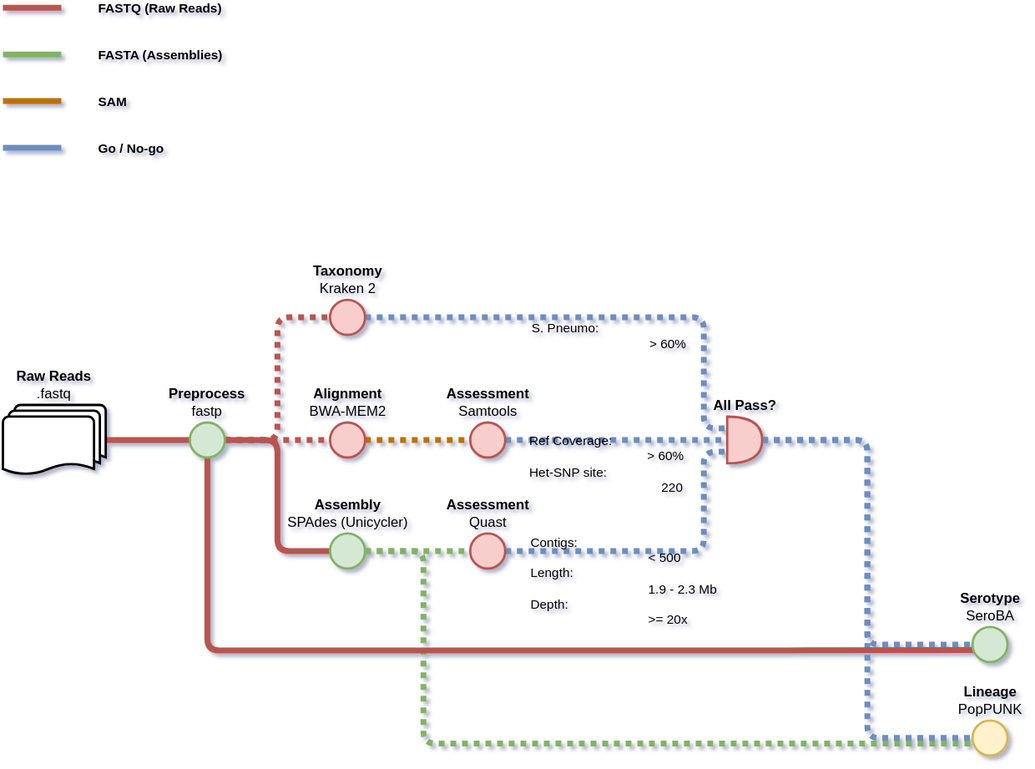
Before: doc/workflow.drawio.svg, a diagram exported from draw.io (sanger-bentley-group/gps-pipeline). Source tidied: cells renumbered, new cells last; positions are measured from the earlier drawing's top-left corner, leaving out a move shared by most shapes.
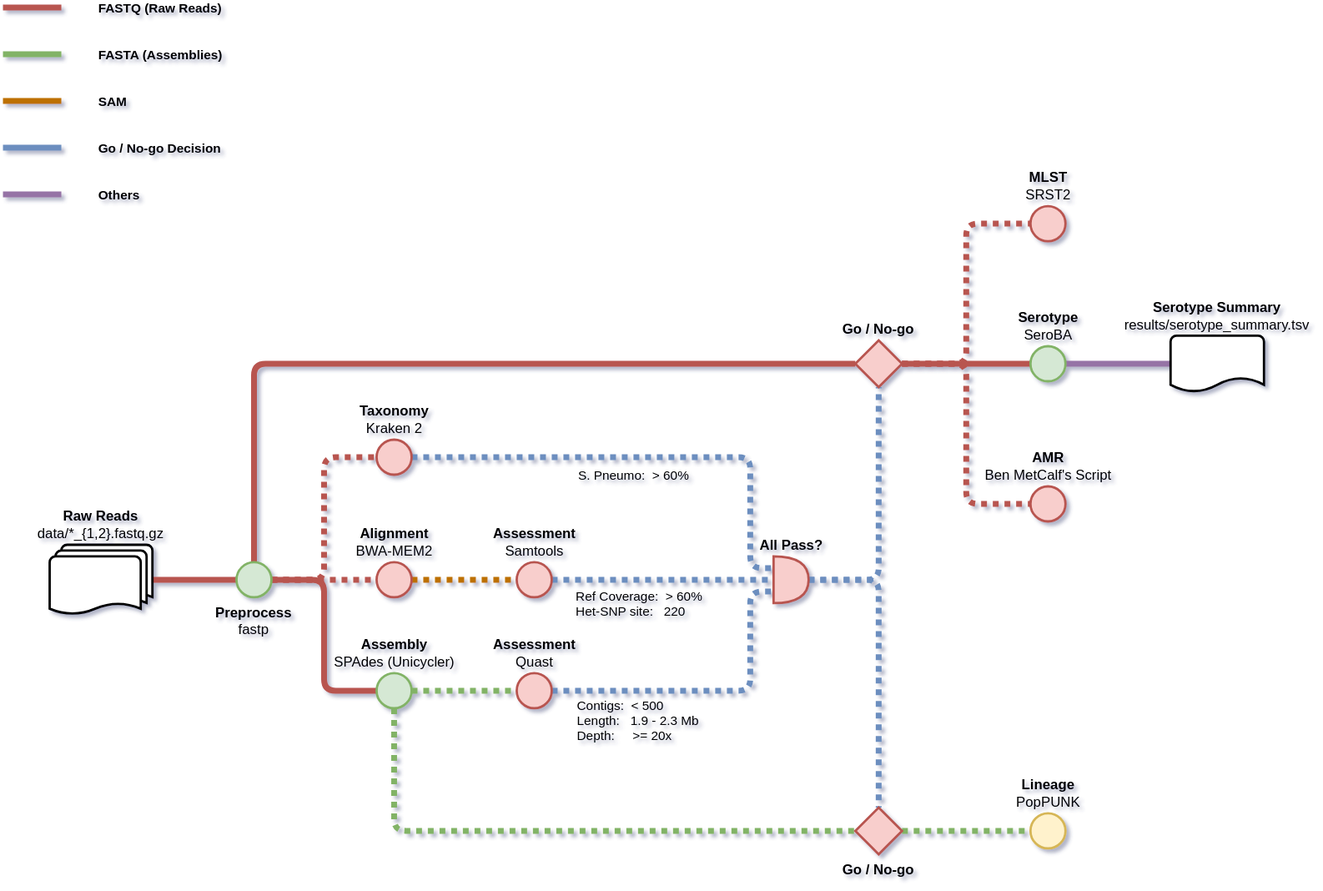
Above is the later version.

What changed in the source:
```diff
@@ -4,6 +4,6 @@
     <mxCell id="1" parent="0" />
-    <mxCell id="2" style="edgeStyle=orthogonalEdgeStyle;rounded=0;jettySize=auto;html=1;entryX=0;entryY=0.5;entryDx=0;entryDy=0;endArrow=none;endFill=0;strokeWidth=5;fillColor=#f8cecc;strokeColor=#b85450;" parent="1" edge="1" source="3" target="35">
+    <mxCell id="2" style="edgeStyle=orthogonalEdgeStyle;rounded=1;jettySize=auto;html=1;entryX=0;entryY=0.5;entryDx=0;entryDy=0;endArrow=none;endFill=0;strokeWidth=5;fillColor=#f8cecc;strokeColor=#b85450;" parent="1" edge="1" source="3" target="35">
       <mxGeometry relative="1" as="geometry" />
     </mxCell>
-    <mxCell id="3" value="&lt;b&gt;Raw Reads&lt;/b&gt;&lt;br&gt;.fastq" style="strokeWidth=2;html=1;shape=mxgraph.flowchart.multi-document;whiteSpace=wrap;align=center;labelPosition=center;verticalLabelPosition=top;verticalAlign=bottom;" parent="1" vertex="1">
+    <mxCell id="3" value="&lt;b&gt;Raw Reads&lt;/b&gt;&lt;br&gt;data/&lt;span class=&quot;pl-s&quot;&gt;*_{1,2}.fastq.gz&lt;/span&gt;" style="strokeWidth=2;html=1;shape=mxgraph.flowchart.multi-document;whiteSpace=wrap;align=center;labelPosition=center;verticalLabelPosition=top;verticalAlign=bottom;rounded=1;" parent="1" vertex="1">
       <mxGeometry y="340" width="88" height="60" as="geometry" />
@@ -19,9 +19,9 @@
     </mxCell>
-    <mxCell id="7" style="endArrow=none;html=1;rounded=0;strokeWidth=5;fillColor=#f8cecc;strokeColor=#b85450;" parent="1" edge="1">
+    <mxCell id="7" style="endArrow=none;html=1;rounded=1;strokeWidth=5;fillColor=#f8cecc;strokeColor=#b85450;" parent="1" edge="1">
       <mxGeometry relative="1" as="geometry">
-        <mxPoint as="sourcePoint" />
-        <mxPoint x="50" as="targetPoint" />
+        <mxPoint x="-40" y="-120" as="sourcePoint" />
+        <mxPoint x="10" y="-120" as="targetPoint" />
       </mxGeometry>
     </mxCell>
-    <mxCell id="8" value="FASTQ (Raw Reads)" style="edgeLabel;html=1;align=left;verticalAlign=middle;fontStyle=1;labelBackgroundColor=none;" parent="7" vertex="1">
+    <mxCell id="8" value="FASTQ (Raw Reads)" style="edgeLabel;html=1;align=left;verticalAlign=middle;fontStyle=1;labelBackgroundColor=none;rounded=1;" parent="7" vertex="1">
       <mxGeometry x="0.4" relative="1" as="geometry">
@@ -33,11 +33,10 @@
     </mxCell>
-    <mxCell id="10" style="edgeStyle=orthogonalEdgeStyle;rounded=1;jettySize=auto;html=1;entryX=0.053;entryY=0.657;entryDx=0;entryDy=0;entryPerimeter=0;strokeWidth=5;startArrow=none;startFill=0;endArrow=none;endFill=0;startSize=20;fillColor=#d5e8d4;strokeColor=#82b366;dashed=1;dashPattern=1 1;" parent="1" edge="1" source="11" target="32">
-      <mxGeometry relative="1" as="geometry">
-        <Array as="points">
-          <mxPoint x="360" y="465" />
-          <mxPoint x="360" y="630" />
-        </Array>
-      </mxGeometry>
-    </mxCell>
+    <mxCell id="36" style="edgeStyle=orthogonalEdgeStyle;rounded=1;jettySize=auto;html=1;entryX=0;entryY=0.5;entryDx=0;entryDy=0;entryPerimeter=0;dashed=1;dashPattern=1 1;strokeWidth=5;endArrow=none;endFill=0;fillColor=#d5e8d4;strokeColor=#82b366;" parent="1" edge="1" source="11" target="47">
+      <mxGeometry relative="1" as="geometry">
+        <Array as="points">
+          <mxPoint x="295" y="585" />
+        </Array>
+      </mxGeometry>
+    </mxCell>
-    <mxCell id="11" value="&lt;b&gt;Assembly&lt;/b&gt;&lt;br&gt;SPAdes (Unicycler)" style="ellipse;html=1;strokeWidth=2;labelPosition=center;verticalLabelPosition=top;align=center;verticalAlign=bottom;fillColor=#d5e8d4;strokeColor=#82b366;" parent="1" vertex="1">
+    <mxCell id="11" value="&lt;b&gt;Assembly&lt;/b&gt;&lt;br&gt;SPAdes (Unicycler)" style="ellipse;html=1;strokeWidth=2;labelPosition=center;verticalLabelPosition=top;align=center;verticalAlign=bottom;fillColor=#d5e8d4;strokeColor=#82b366;rounded=1;" parent="1" vertex="1">
       <mxGeometry x="280" y="450" width="30" height="30" as="geometry" />
@@ -47,12 +46,12 @@
     </mxCell>
-    <mxCell id="13" value="&lt;b&gt;Alignment&lt;/b&gt;&lt;br&gt;BWA-MEM2" style="ellipse;html=1;strokeWidth=2;labelPosition=center;verticalLabelPosition=top;align=center;verticalAlign=bottom;fillColor=#f8cecc;strokeColor=#b85450;" parent="1" vertex="1">
+    <mxCell id="13" value="&lt;b&gt;Alignment&lt;/b&gt;&lt;br&gt;BWA-MEM2" style="ellipse;html=1;strokeWidth=2;labelPosition=center;verticalLabelPosition=top;align=center;verticalAlign=bottom;fillColor=#f8cecc;strokeColor=#b85450;rounded=1;" parent="1" vertex="1">
       <mxGeometry x="280" y="355" width="30" height="30" as="geometry" />
     </mxCell>
-    <mxCell id="14" style="edgeStyle=orthogonalEdgeStyle;rounded=1;jettySize=auto;html=1;strokeWidth=5;startArrow=none;startFill=0;endArrow=none;endFill=0;fillColor=#dae8fc;strokeColor=#6c8ebf;entryX=0;entryY=0.5;entryDx=0;entryDy=0;dashed=1;dashPattern=1 1;" parent="1" edge="1" source="16" target="34">
-      <mxGeometry relative="1" as="geometry" />
-    </mxCell>
-    <mxCell id="15" style="edgeStyle=orthogonalEdgeStyle;rounded=1;jettySize=auto;html=1;entryX=0;entryY=0.5;entryDx=0;entryDy=0;strokeWidth=5;startArrow=none;startFill=0;endArrow=none;endFill=0;startSize=20;fillColor=#dae8fc;strokeColor=#6c8ebf;dashed=1;dashPattern=1 1;" parent="1" edge="1" source="16" target="32">
-      <mxGeometry relative="1" as="geometry" />
-    </mxCell>
+    <mxCell id="37" style="edgeStyle=orthogonalEdgeStyle;rounded=1;jettySize=auto;html=1;entryX=0.5;entryY=1;entryDx=0;entryDy=0;entryPerimeter=0;dashed=1;dashPattern=1 1;strokeWidth=5;endArrow=none;endFill=0;fillColor=#dae8fc;strokeColor=#6c8ebf;" parent="1" edge="1" source="16" target="43">
+      <mxGeometry relative="1" as="geometry" />
+    </mxCell>
+    <mxCell id="38" style="edgeStyle=orthogonalEdgeStyle;rounded=1;jettySize=auto;html=1;entryX=0.5;entryY=0;entryDx=0;entryDy=0;entryPerimeter=0;dashed=1;dashPattern=1 1;strokeWidth=5;endArrow=none;endFill=0;fillColor=#dae8fc;strokeColor=#6c8ebf;" parent="1" edge="1" source="16" target="47">
+      <mxGeometry relative="1" as="geometry" />
+    </mxCell>
-    <mxCell id="16" value="&lt;b&gt;All Pass?&lt;/b&gt;" style="shape=or;html=1;strokeWidth=2;labelPosition=center;verticalLabelPosition=top;align=center;verticalAlign=bottom;fillColor=#f8cecc;strokeColor=#b85450;" parent="1" vertex="1">
+    <mxCell id="16" value="&lt;b&gt;All Pass?&lt;/b&gt;" style="shape=or;html=1;strokeWidth=2;labelPosition=center;verticalLabelPosition=top;align=center;verticalAlign=bottom;fillColor=#f8cecc;strokeColor=#b85450;rounded=1;" parent="1" vertex="1">
       <mxGeometry x="620" y="350" width="30" height="40" as="geometry" />
@@ -67,3 +66,3 @@
     </mxCell>
-    <mxCell id="18" value="S. Pneumo:&lt;span style=&quot;white-space: pre;&quot;&gt;&#9;&lt;/span&gt;&amp;gt; 60%" style="edgeLabel;html=1;align=left;verticalAlign=middle;labelBackgroundColor=none;" parent="17" vertex="1">
+    <mxCell id="18" value="S. Pneumo:  &gt; 60%" style="edgeLabel;align=left;verticalAlign=middle;labelBackgroundColor=none;rounded=1;" parent="17" vertex="1">
       <mxGeometry x="-0.06" y="-2" relative="1" as="geometry">
@@ -72,3 +71,3 @@
     </mxCell>
-    <mxCell id="19" value="&lt;div&gt;&lt;b&gt;Taxonomy&lt;/b&gt;&lt;/div&gt;&lt;div&gt;Kraken 2&lt;/div&gt;" style="ellipse;html=1;strokeWidth=2;labelPosition=center;verticalLabelPosition=top;align=center;verticalAlign=bottom;fillColor=#f8cecc;strokeColor=#b85450;" parent="1" vertex="1">
+    <mxCell id="19" value="&lt;div&gt;&lt;b&gt;Taxonomy&lt;/b&gt;&lt;/div&gt;&lt;div&gt;Kraken 2&lt;/div&gt;" style="ellipse;html=1;strokeWidth=2;labelPosition=center;verticalLabelPosition=top;align=center;verticalAlign=bottom;fillColor=#f8cecc;strokeColor=#b85450;rounded=1;" parent="1" vertex="1">
       <mxGeometry x="280" y="250" width="30" height="30" as="geometry" />
@@ -83,3 +82,3 @@
     </mxCell>
-    <mxCell id="21" value="Contigs:&amp;nbsp;&lt;span style=&quot;white-space: pre;&quot;&gt;&#9;&lt;/span&gt;&amp;lt; 500&lt;br&gt;Length:&amp;nbsp;&lt;span style=&quot;white-space: pre;&quot;&gt;&#9;&lt;/span&gt;1.9 - 2.3 Mb&lt;br&gt;Depth:&lt;span style=&quot;white-space: pre;&quot;&gt;&#9;&lt;/span&gt;&amp;gt;= 20x" style="edgeLabel;html=1;align=left;verticalAlign=middle;labelBackgroundColor=none;" parent="20" vertex="1">
+    <mxCell id="21" value="Contigs:  &lt; 500&#10;Length:   1.9 - 2.3 Mb&#10;Depth:&#9;    &gt;= 20x" style="edgeLabel;align=left;verticalAlign=middle;labelBackgroundColor=none;rounded=1;" parent="20" vertex="1">
       <mxGeometry x="-0.15" y="-1" relative="1" as="geometry">
@@ -88,12 +87,12 @@
     </mxCell>
-    <mxCell id="22" value="&lt;b&gt;Assessment&lt;/b&gt;&lt;br&gt;Quast" style="ellipse;html=1;strokeWidth=2;labelPosition=center;verticalLabelPosition=top;align=center;verticalAlign=bottom;fillColor=#f8cecc;strokeColor=#b85450;" parent="1" vertex="1">
+    <mxCell id="22" value="&lt;b&gt;Assessment&lt;/b&gt;&lt;br&gt;Quast" style="ellipse;html=1;strokeWidth=2;labelPosition=center;verticalLabelPosition=top;align=center;verticalAlign=bottom;fillColor=#f8cecc;strokeColor=#b85450;rounded=1;" parent="1" vertex="1">
       <mxGeometry x="400" y="450" width="30" height="30" as="geometry" />
     </mxCell>
-    <mxCell id="23" style="endArrow=none;html=1;rounded=0;strokeWidth=5;fillColor=#d5e8d4;strokeColor=#82b366;" parent="1" edge="1">
+    <mxCell id="23" style="endArrow=none;html=1;rounded=1;strokeWidth=5;fillColor=#d5e8d4;strokeColor=#82b366;" parent="1" edge="1">
       <mxGeometry relative="1" as="geometry">
-        <mxPoint y="40" as="sourcePoint" />
-        <mxPoint x="50" y="40" as="targetPoint" />
+        <mxPoint x="-40" y="-80" as="sourcePoint" />
+        <mxPoint x="10" y="-80" as="targetPoint" />
       </mxGeometry>
     </mxCell>
-    <mxCell id="24" value="FASTA (Assemblies)" style="edgeLabel;html=1;align=left;verticalAlign=middle;fontStyle=1;labelBackgroundColor=none;" parent="23" vertex="1">
+    <mxCell id="24" value="FASTA (Assemblies)" style="edgeLabel;html=1;align=left;verticalAlign=middle;fontStyle=1;labelBackgroundColor=none;rounded=1;" parent="23" vertex="1">
       <mxGeometry x="0.4" relative="1" as="geometry">
@@ -102,9 +101,9 @@
     </mxCell>
-    <mxCell id="25" style="endArrow=none;html=1;rounded=0;strokeWidth=5;fillColor=#f0a30a;strokeColor=#BD7000;" parent="1" edge="1">
+    <mxCell id="25" style="endArrow=none;html=1;rounded=1;strokeWidth=5;fillColor=#f0a30a;strokeColor=#BD7000;" parent="1" edge="1">
       <mxGeometry relative="1" as="geometry">
-        <mxPoint y="80" as="sourcePoint" />
-        <mxPoint x="50" y="80" as="targetPoint" />
+        <mxPoint x="-40" y="-40" as="sourcePoint" />
+        <mxPoint x="10" y="-40" as="targetPoint" />
       </mxGeometry>
     </mxCell>
-    <mxCell id="26" value="SAM" style="edgeLabel;html=1;align=left;verticalAlign=middle;fontStyle=1;labelBackgroundColor=none;" parent="25" vertex="1">
+    <mxCell id="26" value="SAM" style="edgeLabel;html=1;align=left;verticalAlign=middle;fontStyle=1;labelBackgroundColor=none;rounded=1;" parent="25" vertex="1">
       <mxGeometry x="0.4" relative="1" as="geometry">
@@ -116,3 +115,3 @@
     </mxCell>
-    <mxCell id="28" value="Ref Coverage:&lt;span style=&quot;white-space: pre;&quot;&gt;&#9;&lt;/span&gt;&amp;gt; 60%&lt;br&gt;&lt;div style=&quot;&quot;&gt;Het-SNP site:&lt;span style=&quot;white-space: pre;&quot;&gt;&#9;&lt;/span&gt;220&lt;/div&gt;" style="edgeLabel;html=1;align=left;verticalAlign=middle;labelBackgroundColor=none;" parent="27" vertex="1">
+    <mxCell id="28" value="Ref Coverage:  &gt; 60%&#10;Het-SNP site:   220" style="edgeLabel;align=left;verticalAlign=middle;labelBackgroundColor=none;rounded=1;" parent="27" vertex="1">
       <mxGeometry x="-0.18" y="-3" relative="1" as="geometry">
@@ -121,12 +120,12 @@
     </mxCell>
-    <mxCell id="29" value="&lt;b&gt;Assessment&lt;br&gt;&lt;/b&gt;Samtools" style="ellipse;html=1;strokeWidth=2;labelPosition=center;verticalLabelPosition=top;align=center;verticalAlign=bottom;fillColor=#f8cecc;strokeColor=#b85450;" parent="1" vertex="1">
+    <mxCell id="29" value="&lt;b&gt;Assessment&lt;br&gt;&lt;/b&gt;Samtools" style="ellipse;html=1;strokeWidth=2;labelPosition=center;verticalLabelPosition=top;align=center;verticalAlign=bottom;fillColor=#f8cecc;strokeColor=#b85450;rounded=1;" parent="1" vertex="1">
       <mxGeometry x="400" y="355" width="30" height="30" as="geometry" />
     </mxCell>
-    <mxCell id="30" style="endArrow=none;html=1;rounded=0;strokeWidth=5;fillColor=#dae8fc;strokeColor=#6c8ebf;" parent="1" edge="1">
+    <mxCell id="30" style="endArrow=none;html=1;rounded=1;strokeWidth=5;fillColor=#dae8fc;strokeColor=#6c8ebf;" parent="1" edge="1">
       <mxGeometry relative="1" as="geometry">
-        <mxPoint y="120" as="sourcePoint" />
-        <mxPoint x="50" y="120" as="targetPoint" />
+        <mxPoint x="-40" as="sourcePoint" />
+        <mxPoint x="10" as="targetPoint" />
       </mxGeometry>
     </mxCell>
-    <mxCell id="31" value="Go / No-go" style="edgeLabel;html=1;align=left;verticalAlign=middle;fontStyle=1;labelBackgroundColor=none;" parent="30" vertex="1">
+    <mxCell id="31" value="Go / No-go Decision" style="edgeLabel;html=1;align=left;verticalAlign=middle;fontStyle=1;labelBackgroundColor=none;rounded=1;" parent="30" vertex="1">
       <mxGeometry x="0.4" relative="1" as="geometry">
@@ -135,19 +134,59 @@
     </mxCell>
-    <mxCell id="32" value="&lt;b&gt;Lineage&lt;/b&gt;&lt;br&gt;PopPUNK" style="ellipse;html=1;strokeWidth=2;labelPosition=center;verticalLabelPosition=top;align=center;verticalAlign=bottom;fillColor=#fff2cc;strokeColor=#d6b656;" parent="1" vertex="1">
-      <mxGeometry x="830" y="610" width="30" height="30" as="geometry" />
+    <mxCell id="32" value="&lt;b&gt;Lineage&lt;/b&gt;&lt;br&gt;PopPUNK" style="ellipse;html=1;strokeWidth=2;labelPosition=center;verticalLabelPosition=top;align=center;verticalAlign=bottom;fillColor=#fff2cc;strokeColor=#d6b656;rounded=1;" parent="1" vertex="1">
+      <mxGeometry x="840" y="570" width="30" height="30" as="geometry" />
     </mxCell>
-    <mxCell id="33" style="edgeStyle=orthogonalEdgeStyle;rounded=1;jettySize=auto;html=1;entryX=0.036;entryY=0.658;entryDx=0;entryDy=0;strokeWidth=5;startArrow=none;startFill=0;endArrow=none;endFill=0;fillColor=#f8cecc;strokeColor=#b85450;entryPerimeter=0;" parent="1" edge="1" source="35" target="34">
-      <mxGeometry relative="1" as="geometry">
-        <Array as="points">
-          <mxPoint x="175" y="550" />
-          <mxPoint x="680" y="550" />
-        </Array>
-      </mxGeometry>
-    </mxCell>
+    <mxCell id="39" style="edgeStyle=orthogonalEdgeStyle;rounded=1;jettySize=auto;html=1;entryX=0;entryY=0.5;entryDx=0;entryDy=0;strokeWidth=5;endArrow=none;endFill=0;fillColor=#f8cecc;strokeColor=#b85450;entryPerimeter=0;" parent="1" edge="1" source="35" target="43">
+      <mxGeometry relative="1" as="geometry">
+        <Array as="points">
+          <mxPoint x="175" y="185" />
+        </Array>
+      </mxGeometry>
+    </mxCell>
+    <mxCell id="35" value="&lt;b&gt;Preprocess&lt;/b&gt;&lt;br&gt;fastp" style="ellipse;whiteSpace=wrap;html=1;strokeWidth=2;labelPosition=center;verticalLabelPosition=bottom;align=center;verticalAlign=top;fillColor=#d5e8d4;strokeColor=#82b366;rounded=1;" parent="1" vertex="1">
+      <mxGeometry x="160" y="355" width="30" height="30" as="geometry" />
+    </mxCell>
+    <mxCell id="40" style="edgeStyle=orthogonalEdgeStyle;rounded=1;jettySize=auto;html=1;entryX=0;entryY=0.5;entryDx=0;entryDy=0;strokeWidth=5;endArrow=none;endFill=0;fillColor=#f8cecc;strokeColor=#b85450;" parent="1" edge="1" source="43" target="34">
+      <mxGeometry relative="1" as="geometry" />
+    </mxCell>
+    <mxCell id="41" style="edgeStyle=orthogonalEdgeStyle;rounded=1;jettySize=auto;html=1;entryX=0;entryY=0.5;entryDx=0;entryDy=0;strokeWidth=5;endArrow=none;endFill=0;fillColor=#f8cecc;strokeColor=#b85450;dashed=1;dashPattern=1 1;" parent="1" edge="1" source="43" target="45">
+      <mxGeometry relative="1" as="geometry" />
+    </mxCell>
+    <mxCell id="42" style="edgeStyle=orthogonalEdgeStyle;rounded=1;jettySize=auto;html=1;entryX=0;entryY=0.5;entryDx=0;entryDy=0;dashed=1;dashPattern=1 1;strokeWidth=5;endArrow=none;endFill=0;fillColor=#f8cecc;strokeColor=#b85450;" parent="1" edge="1" source="43" target="48">
+      <mxGeometry relative="1" as="geometry" />
+    </mxCell>
+    <mxCell id="43" value="Go / No-go" style="strokeWidth=2;shape=mxgraph.flowchart.decision;fillColor=#f8cecc;strokeColor=#b85450;labelPosition=center;verticalLabelPosition=top;align=center;verticalAlign=bottom;fontStyle=1;rounded=1;" parent="1" vertex="1">
+      <mxGeometry x="690" y="165" width="40" height="40" as="geometry" />
+    </mxCell>
+    <mxCell id="44" style="edgeStyle=orthogonalEdgeStyle;rounded=1;jettySize=auto;html=1;entryX=0;entryY=0.5;entryDx=0;entryDy=0;entryPerimeter=0;strokeWidth=5;endArrow=none;endFill=0;fillColor=#e1d5e7;strokeColor=#9673a6;" parent="1" edge="1" source="34" target="51">
+      <mxGeometry relative="1" as="geometry" />
+    </mxCell>
-    <mxCell id="34" value="&lt;b&gt;Serotype&lt;/b&gt;&lt;br&gt;SeroBA" style="ellipse;html=1;strokeWidth=2;labelPosition=center;verticalLabelPosition=top;align=center;verticalAlign=bottom;fillColor=#d5e8d4;strokeColor=#82b366;" parent="1" vertex="1">
-      <mxGeometry x="830" y="530" width="30" height="30" as="geometry" />
+    <mxCell id="34" value="&lt;b&gt;Serotype&lt;/b&gt;&lt;br&gt;SeroBA" style="ellipse;html=1;strokeWidth=2;labelPosition=center;verticalLabelPosition=top;align=center;verticalAlign=bottom;fillColor=#d5e8d4;strokeColor=#82b366;rounded=1;" parent="1" vertex="1">
+      <mxGeometry x="840" y="170" width="30" height="30" as="geometry" />
     </mxCell>
-    <mxCell id="35" value="&lt;b&gt;Preprocess&lt;/b&gt;&lt;br&gt;fastp" style="ellipse;whiteSpace=wrap;html=1;strokeWidth=2;labelPosition=center;verticalLabelPosition=top;align=center;verticalAlign=bottom;fillColor=#d5e8d4;strokeColor=#82b366;" parent="1" vertex="1">
-      <mxGeometry x="160" y="355" width="30" height="30" as="geometry" />
-    </mxCell>
+    <mxCell id="45" value="&lt;b&gt;MLST&lt;/b&gt;&lt;br&gt;SRST2" style="ellipse;html=1;strokeWidth=2;labelPosition=center;verticalLabelPosition=top;align=center;verticalAlign=bottom;fillColor=#f8cecc;strokeColor=#b85450;rounded=1;" parent="1" vertex="1">
+      <mxGeometry x="840" y="50" width="30" height="30" as="geometry" />
+    </mxCell>
+    <mxCell id="46" style="edgeStyle=orthogonalEdgeStyle;rounded=1;jettySize=auto;html=1;entryX=0;entryY=0.5;entryDx=0;entryDy=0;dashed=1;dashPattern=1 1;strokeWidth=5;endArrow=none;endFill=0;fillColor=#d5e8d4;strokeColor=#82b366;" parent="1" edge="1" source="47" target="32">
+      <mxGeometry relative="1" as="geometry" />
+    </mxCell>
+    <mxCell id="47" value="Go / No-go" style="strokeWidth=2;shape=mxgraph.flowchart.decision;fillColor=#f8cecc;strokeColor=#b85450;labelPosition=center;verticalLabelPosition=bottom;align=center;verticalAlign=top;fontStyle=1;rounded=1;" parent="1" vertex="1">
+      <mxGeometry x="690" y="565" width="40" height="40" as="geometry" />
+    </mxCell>
+    <mxCell id="48" value="&lt;b&gt;AMR&lt;/b&gt;&lt;br&gt;Ben MetCalf's Script" style="ellipse;html=1;strokeWidth=2;labelPosition=center;verticalLabelPosition=top;align=center;verticalAlign=bottom;fillColor=#f8cecc;strokeColor=#b85450;rounded=1;" parent="1" vertex="1">
+      <mxGeometry x="840" y="290" width="30" height="30" as="geometry" />
+    </mxCell>
+    <mxCell id="49" style="endArrow=none;html=1;rounded=1;strokeWidth=5;fillColor=#e1d5e7;strokeColor=#9673a6;" parent="1" edge="1">
+      <mxGeometry relative="1" as="geometry">
+        <mxPoint x="-40" y="40" as="sourcePoint" />
+        <mxPoint x="10" y="40" as="targetPoint" />
+      </mxGeometry>
+    </mxCell>
+    <mxCell id="50" value="Others" style="edgeLabel;html=1;align=left;verticalAlign=middle;fontStyle=1;labelBackgroundColor=none;rounded=1;" parent="49" vertex="1">
+      <mxGeometry x="0.4" relative="1" as="geometry">
+        <mxPoint x="45" as="offset" />
+      </mxGeometry>
+    </mxCell>
+    <mxCell id="51" value="&lt;b&gt;Serotype Summary&lt;/b&gt;&lt;br&gt;results/serotype_summary.tsv" style="strokeWidth=2;html=1;shape=mxgraph.flowchart.document2;whiteSpace=wrap;size=0.25;labelPosition=center;verticalLabelPosition=top;align=center;verticalAlign=bottom;rounded=1;" parent="1" vertex="1">
+      <mxGeometry x="960" y="161" width="80" height="48" as="geometry" />
+    </mxCell>
   </root>
```
